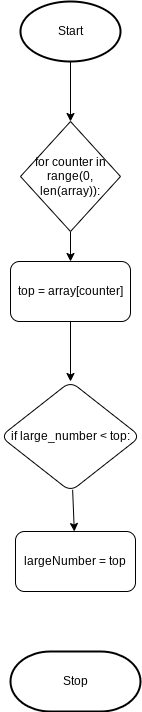
The draw.io diagram flowchart.png in Ethan-Prieur1/ICS3U-Unit6-02-Python, before a commit. Source tidied: cells renumbered, new cells last; positions are measured from the earlier drawing's top-left corner, leaving out a move shared by most shapes.
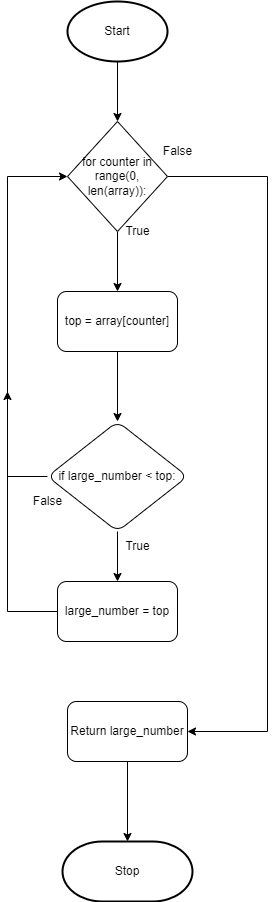
The same file after the commit.

What changed in the source:
```diff
@@ -11,11 +11,19 @@
       <mxGeometry x="20" width="100" height="60" as="geometry" />
     </mxCell>
     <mxCell id="4" value="Stop" style="strokeWidth=2;html=1;shape=mxgraph.flowchart.terminator;whiteSpace=wrap;" parent="1" vertex="1">
-      <mxGeometry x="10" y="650" width="130" height="60" as="geometry" />
+      <mxGeometry x="15" y="840" width="130" height="60" as="geometry" />
     </mxCell>
     <mxCell id="5" style="edgeStyle=none;html=1;" parent="1" edge="1" source="6" target="8">
       <mxGeometry relative="1" as="geometry" />
     </mxCell>
+    <mxCell id="12" style="edgeStyle=orthogonalEdgeStyle;html=1;rounded=0;entryX=1;entryY=0.5;entryDx=0;entryDy=0;" parent="1" edge="1" source="6" target="16">
+      <mxGeometry relative="1" as="geometry">
+        <Array as="points">
+          <mxPoint x="220" y="175" />
+          <mxPoint x="220" y="730" />
+        </Array>
+      </mxGeometry>
+    </mxCell>
     <mxCell id="6" value="for counter in range(0, len(array)):" style="rhombus;whiteSpace=wrap;html=1;" parent="1" vertex="1">
       <mxGeometry x="20" y="120" width="100" height="110" as="geometry" />
     </mxCell>
@@ -23,16 +31,47 @@
       <mxGeometry relative="1" as="geometry" />
     </mxCell>
     <mxCell id="8" value="top = array[counter]" style="rounded=1;whiteSpace=wrap;html=1;" parent="1" vertex="1">
-      <mxGeometry x="10" y="260" width="120" height="60" as="geometry" />
+      <mxGeometry x="10" y="290" width="120" height="60" as="geometry" />
     </mxCell>
     <mxCell id="9" style="edgeStyle=none;html=1;" parent="1" edge="1" source="10" target="11">
       <mxGeometry relative="1" as="geometry" />
     </mxCell>
+    <mxCell id="13" style="edgeStyle=orthogonalEdgeStyle;rounded=0;html=1;exitX=0;exitY=0.5;exitDx=0;exitDy=0;entryX=0;entryY=0.5;entryDx=0;entryDy=0;" parent="1" edge="1" source="10" target="6">
+      <mxGeometry relative="1" as="geometry">
+        <Array as="points">
+          <mxPoint x="-40" y="475" />
+          <mxPoint x="-40" y="175" />
+        </Array>
+      </mxGeometry>
+    </mxCell>
     <mxCell id="10" value="if large_number &amp;lt; top:" style="rhombus;whiteSpace=wrap;html=1;rounded=1;" parent="1" vertex="1">
-      <mxGeometry y="380" width="140" height="110" as="geometry" />
+      <mxGeometry y="420" width="140" height="110" as="geometry" />
     </mxCell>
+    <mxCell id="14" style="edgeStyle=orthogonalEdgeStyle;rounded=0;html=1;" parent="1" edge="1" source="11">
+      <mxGeometry relative="1" as="geometry">
+        <mxPoint x="-40" y="390" as="targetPoint" />
+      </mxGeometry>
+    </mxCell>
-    <mxCell id="11" value="largeNumber = top" style="whiteSpace=wrap;html=1;rounded=1;" parent="1" vertex="1">
-      <mxGeometry x="15" y="530" width="120" height="60" as="geometry" />
+    <mxCell id="11" value="large_number = top" style="whiteSpace=wrap;html=1;rounded=1;" parent="1" vertex="1">
+      <mxGeometry x="10" y="580" width="120" height="60" as="geometry" />
     </mxCell>
+    <mxCell id="15" style="edgeStyle=orthogonalEdgeStyle;rounded=0;html=1;" parent="1" edge="1" source="16" target="4">
+      <mxGeometry relative="1" as="geometry" />
+    </mxCell>
+    <mxCell id="16" value="Return large_number" style="whiteSpace=wrap;html=1;rounded=1;" parent="1" vertex="1">
+      <mxGeometry x="20" y="700" width="120" height="60" as="geometry" />
+    </mxCell>
+    <mxCell id="17" value="True" style="text;html=1;align=center;verticalAlign=middle;strokeColor=none;fillColor=none;" parent="1" vertex="1">
+      <mxGeometry x="70" y="220" width="40" height="20" as="geometry" />
+    </mxCell>
+    <mxCell id="18" value="False" style="text;html=1;align=center;verticalAlign=middle;strokeColor=none;fillColor=none;" parent="1" vertex="1">
+      <mxGeometry x="110" y="140" width="40" height="20" as="geometry" />
+    </mxCell>
+    <mxCell id="19" value="False" style="text;html=1;align=center;verticalAlign=middle;strokeColor=none;fillColor=none;" parent="1" vertex="1">
+      <mxGeometry x="-20" y="490" width="40" height="20" as="geometry" />
+    </mxCell>
+    <mxCell id="20" value="True" style="text;html=1;align=center;verticalAlign=middle;strokeColor=none;fillColor=none;" parent="1" vertex="1">
+      <mxGeometry x="70" y="535" width="40" height="20" as="geometry" />
+    </mxCell>
   </root>
 </mxGraphModel>
```
